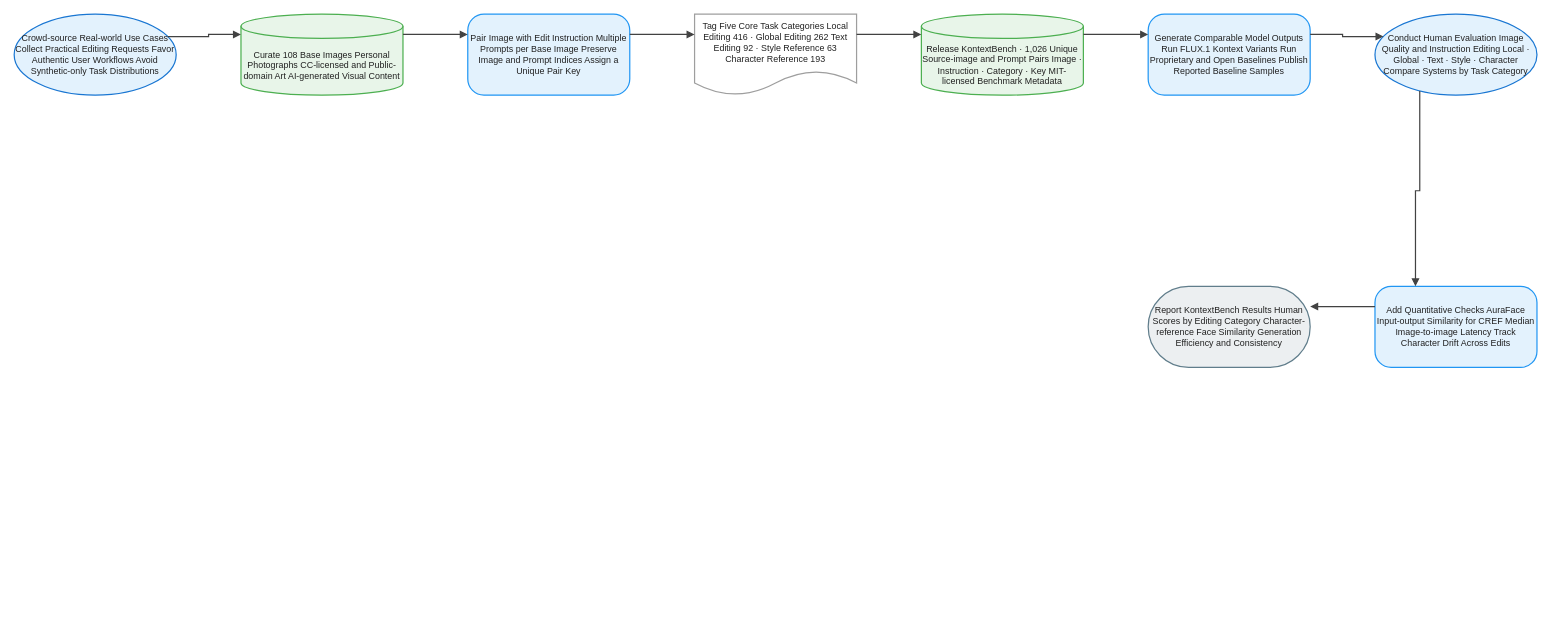
Before: client/public/drawio/KontextBench/KontextBench.en.drawio in joe1chief/benchmark-hub, a draw.io diagram. Source tidied: cells renumbered, new cells numbered last; positions are measured from the earlier drawing's top-left corner, leaving out a move shared by most shapes. Both pictures are drawn from the tidied source at 81%, with x=0, y=0 at pixel (14, 14).
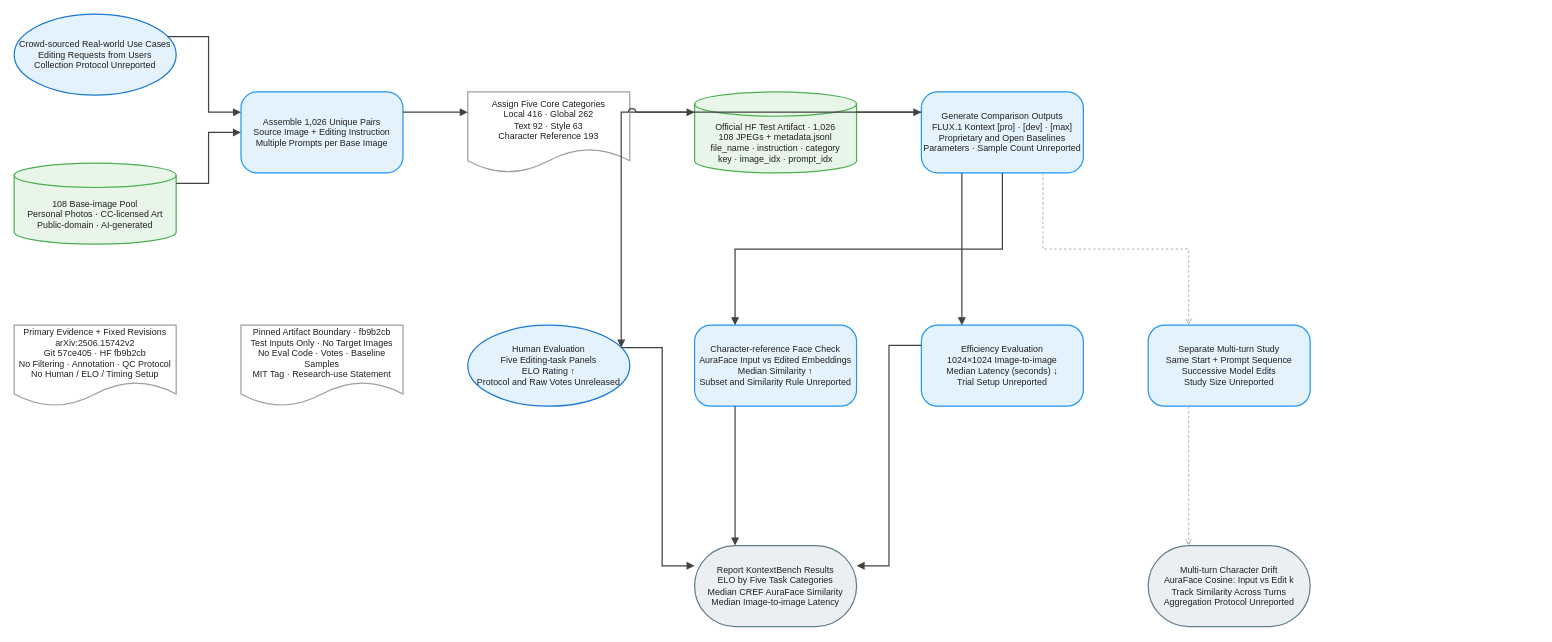
After the change.

The edit, as a diff of the source:
```diff
@@
-    <mxCell id="2" value="Crowd-source Real-world Use Cases Collect Practical Editing Requests Favor Authentic User Workflows Avoid Synthetic-only Task Distributions" style="ellipse;html=1;whiteSpace=wrap;fillColor=#E3F2FD;strokeColor=#1976D2;strokeWidth=1.5;fontColor=#212121;fontSize=11;fontFamily=Arial, Helvetica, sans-serif;verticalAlign=middle;align=center;" parent="1" vertex="1">
+    <mxCell id="2" value="Crowd-sourced Real-world Use Cases&#10;Editing Requests from Users&#10;Collection Protocol Unreported" style="ellipse;html=0;convertToSvg=1;whiteSpace=wrap;fillColor=#E3F2FD;strokeColor=#1976D2;strokeWidth=1.5;fontColor=#212121;fontSize=11;fontFamily=Arial, Helvetica, sans-serif;verticalAlign=middle;align=center;" parent="1" vertex="1">
       <mxGeometry width="200" height="100" as="geometry" />
     </mxCell>
-    <mxCell id="3" value="Curate 108 Base Images Personal Photographs CC-licensed and Public-domain Art AI-generated Visual Content" style="shape=cylinder3;boundedLbl=1;backgroundOutline=1;size=15;html=1;whiteSpace=wrap;fillColor=#E8F5E9;strokeColor=#4CAF50;strokeWidth=1.5;fontColor=#212121;fontSize=11;fontFamily=Arial, Helvetica, sans-serif;verticalAlign=middle;align=center;" parent="1" vertex="1">
-      <mxGeometry x="280" width="200" height="100" as="geometry" />
+    <mxCell id="3" value="108 Base-image Pool&#10;Personal Photos · CC-licensed Art&#10;Public-domain · AI-generated" style="shape=cylinder3;boundedLbl=1;backgroundOutline=1;size=15;html=0;convertToSvg=1;whiteSpace=wrap;fillColor=#E8F5E9;strokeColor=#4CAF50;strokeWidth=1.5;fontColor=#212121;fontSize=11;fontFamily=Arial, Helvetica, sans-serif;verticalAlign=middle;align=center;" parent="1" vertex="1">
+      <mxGeometry y="184" width="200" height="100" as="geometry" />
     </mxCell>
-    <mxCell id="4" value="Pair Image with Edit Instruction Multiple Prompts per Base Image Preserve Image and Prompt Indices Assign a Unique Pair Key" style="rounded=1;arcSize=20;html=1;whiteSpace=wrap;fillColor=#E3F2FD;strokeColor=#2196F3;strokeWidth=1.5;fontColor=#212121;fontSize=11;fontFamily=Arial, Helvetica, sans-serif;verticalAlign=middle;align=center;" parent="1" vertex="1">
-      <mxGeometry x="560" width="200" height="100" as="geometry" />
+    <mxCell id="4" value="Assemble 1,026 Unique Pairs&#10;Source Image + Editing Instruction&#10;Multiple Prompts per Base Image" style="rounded=1;arcSize=20;html=0;convertToSvg=1;whiteSpace=wrap;fillColor=#E3F2FD;strokeColor=#2196F3;strokeWidth=1.5;fontColor=#212121;fontSize=11;fontFamily=Arial, Helvetica, sans-serif;verticalAlign=middle;align=center;" parent="1" vertex="1">
+      <mxGeometry x="280" y="96" width="200" height="100" as="geometry" />
     </mxCell>
-    <mxCell id="5" value="Tag Five Core Task Categories Local Editing 416 · Global Editing 262 Text Editing 92 · Style Reference 63 Character Reference 193" style="shape=document;boundedLbl=1;html=1;whiteSpace=wrap;fillColor=#FFFFFF;strokeColor=#9E9E9E;strokeWidth=1.5;fontColor=#212121;fontSize=11;fontFamily=Arial, Helvetica, sans-serif;verticalAlign=middle;align=center;" parent="1" vertex="1">
-      <mxGeometry x="840" width="200" height="100" as="geometry" />
+    <mxCell id="5" value="Assign Five Core Categories&#10;Local 416 · Global 262&#10;Text 92 · Style 63&#10;Character Reference 193" style="shape=document;boundedLbl=1;html=0;convertToSvg=1;whiteSpace=wrap;fillColor=#FFFFFF;strokeColor=#9E9E9E;strokeWidth=1.5;fontColor=#212121;fontSize=11;fontFamily=Arial, Helvetica, sans-serif;verticalAlign=middle;align=center;" parent="1" vertex="1">
+      <mxGeometry x="560" y="96" width="200" height="100" as="geometry" />
     </mxCell>
-    <mxCell id="6" value="Release KontextBench · 1,026 Unique Source-image and Prompt Pairs Image · Instruction · Category · Key MIT-licensed Benchmark Metadata" style="shape=cylinder3;boundedLbl=1;backgroundOutline=1;size=15;html=1;whiteSpace=wrap;fillColor=#E8F5E9;strokeColor=#4CAF50;strokeWidth=1.5;fontColor=#212121;fontSize=11;fontFamily=Arial, Helvetica, sans-serif;verticalAlign=middle;align=center;" parent="1" vertex="1">
-      <mxGeometry x="1120" width="200" height="100" as="geometry" />
+    <mxCell id="6" value="Official HF Test Artifact · 1,026&#10;108 JPEGs + metadata.jsonl&#10;file_name · instruction · category&#10;key · image_idx · prompt_idx" style="shape=cylinder3;boundedLbl=1;backgroundOutline=1;size=15;html=0;convertToSvg=1;whiteSpace=wrap;fillColor=#E8F5E9;strokeColor=#4CAF50;strokeWidth=1.5;fontColor=#212121;fontSize=11;fontFamily=Arial, Helvetica, sans-serif;verticalAlign=middle;align=center;" parent="1" vertex="1">
+      <mxGeometry x="840" y="96" width="200" height="100" as="geometry" />
     </mxCell>
-    <mxCell id="7" value="Generate Comparable Model Outputs Run FLUX.1 Kontext Variants Run Proprietary and Open Baselines Publish Reported Baseline Samples" style="rounded=1;arcSize=20;html=1;whiteSpace=wrap;fillColor=#E3F2FD;strokeColor=#2196F3;strokeWidth=1.5;fontColor=#212121;fontSize=11;fontFamily=Arial, Helvetica, sans-serif;verticalAlign=middle;align=center;" parent="1" vertex="1">
-      <mxGeometry x="1400" width="200" height="100" as="geometry" />
+    <mxCell id="7" value="Generate Comparison Outputs&#10;FLUX.1 Kontext [pro] · [dev] · [max]&#10;Proprietary and Open Baselines&#10;Parameters · Sample Count Unreported" style="rounded=1;arcSize=20;html=0;convertToSvg=1;whiteSpace=wrap;fillColor=#E3F2FD;strokeColor=#2196F3;strokeWidth=1.5;fontColor=#212121;fontSize=11;fontFamily=Arial, Helvetica, sans-serif;verticalAlign=middle;align=center;" parent="1" vertex="1">
+      <mxGeometry x="1120" y="96" width="200" height="100" as="geometry" />
     </mxCell>
-    <mxCell id="8" value="Conduct Human Evaluation Image Quality and Instruction Editing Local · Global · Text · Style · Character Compare Systems by Task Category" style="ellipse;html=1;whiteSpace=wrap;fillColor=#E3F2FD;strokeColor=#1976D2;strokeWidth=1.5;fontColor=#212121;fontSize=11;fontFamily=Arial, Helvetica, sans-serif;verticalAlign=middle;align=center;" parent="1" vertex="1">
-      <mxGeometry x="1680" width="200" height="100" as="geometry" />
+    <mxCell id="8" value="Primary Evidence + Fixed Revisions&#10;arXiv:2506.15742v2&#10;Git 57ce405 · HF fb9b2cb&#10;No Filtering · Annotation · QC Protocol&#10;No Human / ELO / Timing Setup" style="shape=document;boundedLbl=1;html=0;convertToSvg=1;whiteSpace=wrap;fillColor=#FFFFFF;strokeColor=#9E9E9E;strokeWidth=1.5;fontColor=#212121;fontSize=11;fontFamily=Arial, Helvetica, sans-serif;verticalAlign=middle;align=center;" parent="1" vertex="1">
+      <mxGeometry y="384" width="200" height="100" as="geometry" />
     </mxCell>
-    <mxCell id="9" value="Add Quantitative Checks AuraFace Input-output Similarity for CREF Median Image-to-image Latency Track Character Drift Across Edits" style="rounded=1;arcSize=20;html=1;whiteSpace=wrap;fillColor=#E3F2FD;strokeColor=#2196F3;strokeWidth=1.5;fontColor=#212121;fontSize=11;fontFamily=Arial, Helvetica, sans-serif;verticalAlign=middle;align=center;" parent="1" vertex="1">
-      <mxGeometry x="1680" y="336" width="200" height="100" as="geometry" />
+    <mxCell id="9" value="Pinned Artifact Boundary · fb9b2cb&#10;Test Inputs Only · No Target Images&#10;No Eval Code · Votes · Baseline Samples&#10;MIT Tag · Research-use Statement" style="shape=document;boundedLbl=1;html=0;convertToSvg=1;whiteSpace=wrap;fillColor=#FFFFFF;strokeColor=#9E9E9E;strokeWidth=1.5;fontColor=#212121;fontSize=11;fontFamily=Arial, Helvetica, sans-serif;verticalAlign=middle;align=center;" parent="1" vertex="1">
+      <mxGeometry x="280" y="384" width="200" height="100" as="geometry" />
     </mxCell>
-    <mxCell id="10" value="Report KontextBench Results Human Scores by Editing Category Character-reference Face Similarity Generation Efficiency and Consistency" style="rounded=1;arcSize=50;html=1;whiteSpace=wrap;fillColor=#ECEFF1;strokeColor=#607D8B;strokeWidth=1.5;fontColor=#212121;fontSize=11;fontFamily=Arial, Helvetica, sans-serif;verticalAlign=middle;align=center;" parent="1" vertex="1">
-      <mxGeometry x="1400" y="336" width="200" height="100" as="geometry" />
+    <mxCell id="10" value="Human Evaluation&#10;Five Editing-task Panels&#10;ELO Rating ↑&#10;Protocol and Raw Votes Unreleased" style="ellipse;html=0;convertToSvg=1;whiteSpace=wrap;fillColor=#E3F2FD;strokeColor=#1976D2;strokeWidth=1.5;fontColor=#212121;fontSize=11;fontFamily=Arial, Helvetica, sans-serif;verticalAlign=middle;align=center;" parent="1" vertex="1">
+      <mxGeometry x="560" y="384" width="200" height="100" as="geometry" />
     </mxCell>
-    <mxCell id="11" style="edgeStyle=orthogonalEdgeStyle;rounded=0;jettySize=auto;html=1;strokeColor=#424242;strokeWidth=1.5;endArrow=block;endFill=1;exitX=1;exitY=0.25;exitDx=0;exitDy=0;entryX=0;entryY=0.25;entryDx=0;entryDy=0;jumpStyle=arc;jumpSize=8;" parent="1" edge="1" source="2" target="3">
-      <mxGeometry relative="1" as="geometry" />
+    <mxCell id="11" value="Character-reference Face Check&#10;AuraFace Input vs Edited Embeddings&#10;Median Similarity ↑&#10;Subset and Similarity Rule Unreported" style="rounded=1;arcSize=20;html=0;convertToSvg=1;whiteSpace=wrap;fillColor=#E3F2FD;strokeColor=#2196F3;strokeWidth=1.5;fontColor=#212121;fontSize=11;fontFamily=Arial, Helvetica, sans-serif;verticalAlign=middle;align=center;" parent="1" vertex="1">
+      <mxGeometry x="840" y="384" width="200" height="100" as="geometry" />
     </mxCell>
-    <mxCell id="12" style="edgeStyle=orthogonalEdgeStyle;rounded=0;jettySize=auto;html=1;strokeColor=#424242;strokeWidth=1.5;endArrow=block;endFill=1;exitX=1;exitY=0.25;exitDx=0;exitDy=0;entryX=0;entryY=0.25;entryDx=0;entryDy=0;jumpStyle=arc;jumpSize=8;" parent="1" edge="1" source="3" target="4">
-      <mxGeometry relative="1" as="geometry" />
+    <mxCell id="12" value="Efficiency Evaluation&#10;1024×1024 Image-to-image&#10;Median Latency (seconds) ↓&#10;Trial Setup Unreported" style="rounded=1;arcSize=20;html=0;convertToSvg=1;whiteSpace=wrap;fillColor=#E3F2FD;strokeColor=#2196F3;strokeWidth=1.5;fontColor=#212121;fontSize=11;fontFamily=Arial, Helvetica, sans-serif;verticalAlign=middle;align=center;" parent="1" vertex="1">
+      <mxGeometry x="1120" y="384" width="200" height="100" as="geometry" />
     </mxCell>
-    <mxCell id="13" style="edgeStyle=orthogonalEdgeStyle;rounded=0;jettySize=auto;html=1;strokeColor=#424242;strokeWidth=1.5;endArrow=block;endFill=1;exitX=1;exitY=0.25;exitDx=0;exitDy=0;entryX=0;entryY=0.25;entryDx=0;entryDy=0;jumpStyle=arc;jumpSize=8;" parent="1" edge="1" source="4" target="5">
-      <mxGeometry relative="1" as="geometry" />
+    <mxCell id="13" value="Separate Multi-turn Study&#10;Same Start + Prompt Sequence&#10;Successive Model Edits&#10;Study Size Unreported" style="rounded=1;arcSize=20;html=0;convertToSvg=1;whiteSpace=wrap;fillColor=#E3F2FD;strokeColor=#2196F3;strokeWidth=1.5;fontColor=#212121;fontSize=11;fontFamily=Arial, Helvetica, sans-serif;verticalAlign=middle;align=center;" parent="1" vertex="1">
+      <mxGeometry x="1400" y="384" width="200" height="100" as="geometry" />
     </mxCell>
-    <mxCell id="14" style="edgeStyle=orthogonalEdgeStyle;rounded=0;jettySize=auto;html=1;strokeColor=#424242;strokeWidth=1.5;endArrow=block;endFill=1;exitX=1;exitY=0.25;exitDx=0;exitDy=0;entryX=0;entryY=0.25;entryDx=0;entryDy=0;jumpStyle=arc;jumpSize=8;" parent="1" edge="1" source="5" target="6">
-      <mxGeometry relative="1" as="geometry" />
+    <mxCell id="14" value="Report KontextBench Results&#10;ELO by Five Task Categories&#10;Median CREF AuraFace Similarity&#10;Median Image-to-image Latency" style="rounded=1;arcSize=50;html=0;convertToSvg=1;whiteSpace=wrap;fillColor=#ECEFF1;strokeColor=#607D8B;strokeWidth=1.5;fontColor=#212121;fontSize=11;fontFamily=Arial, Helvetica, sans-serif;verticalAlign=middle;align=center;" parent="1" vertex="1">
+      <mxGeometry x="840" y="656" width="200" height="100" as="geometry" />
     </mxCell>
-    <mxCell id="15" style="edgeStyle=orthogonalEdgeStyle;rounded=0;jettySize=auto;html=1;strokeColor=#424242;strokeWidth=1.5;endArrow=block;endFill=1;exitX=1;exitY=0.25;exitDx=0;exitDy=0;entryX=0;entryY=0.25;entryDx=0;entryDy=0;jumpStyle=arc;jumpSize=8;" parent="1" edge="1" source="6" target="7">
-      <mxGeometry relative="1" as="geometry" />
+    <mxCell id="15" value="Multi-turn Character Drift&#10;AuraFace Cosine: Input vs Edit k&#10;Track Similarity Across Turns&#10;Aggregation Protocol Unreported" style="rounded=1;arcSize=50;html=0;convertToSvg=1;whiteSpace=wrap;fillColor=#ECEFF1;strokeColor=#607D8B;strokeWidth=1.5;fontColor=#212121;fontSize=11;fontFamily=Arial, Helvetica, sans-serif;verticalAlign=middle;align=center;" parent="1" vertex="1">
+      <mxGeometry x="1400" y="656" width="200" height="100" as="geometry" />
     </mxCell>
-    <mxCell id="16" style="edgeStyle=orthogonalEdgeStyle;rounded=0;jettySize=auto;html=1;strokeColor=#424242;strokeWidth=1.5;endArrow=block;endFill=1;exitX=1;exitY=0.25;exitDx=0;exitDy=0;entryX=0;entryY=0.25;entryDx=0;entryDy=0;jumpStyle=arc;jumpSize=8;" parent="1" edge="1" source="7" target="8">
+    <mxCell id="16" style="edgeStyle=orthogonalEdgeStyle;rounded=0;jettySize=auto;html=0;convertToSvg=1;strokeColor=#424242;strokeWidth=1.5;endArrow=block;endFill=1;exitX=1;exitY=0.25;exitDx=0;exitDy=0;entryX=0;entryY=0.25;entryDx=0;entryDy=0;jumpStyle=arc;jumpSize=8;" parent="1" edge="1" source="2" target="4">
       <mxGeometry relative="1" as="geometry" />
     </mxCell>
-    <mxCell id="17" style="edgeStyle=orthogonalEdgeStyle;rounded=0;jettySize=auto;html=1;strokeColor=#424242;strokeWidth=1.5;endArrow=block;endFill=1;exitX=0.25;exitY=1;exitDx=0;exitDy=0;entryX=0.25;entryY=0;entryDx=0;entryDy=0;jumpStyle=arc;jumpSize=8;" parent="1" edge="1" source="8" target="9">
+    <mxCell id="17" style="edgeStyle=orthogonalEdgeStyle;rounded=0;jettySize=auto;html=0;convertToSvg=1;strokeColor=#424242;strokeWidth=1.5;endArrow=block;endFill=1;exitX=1;exitY=0.25;exitDx=0;exitDy=0;entryX=0;entryY=0.5;entryDx=0;entryDy=0;jumpStyle=arc;jumpSize=8;" parent="1" edge="1" source="3" target="4">
       <mxGeometry relative="1" as="geometry" />
     </mxCell>
-    <mxCell id="18" style="edgeStyle=orthogonalEdgeStyle;rounded=0;jettySize=auto;html=1;strokeColor=#424242;strokeWidth=1.5;endArrow=block;endFill=1;exitX=0;exitY=0.25;exitDx=0;exitDy=0;entryX=1;entryY=0.25;entryDx=0;entryDy=0;jumpStyle=arc;jumpSize=8;" parent="1" edge="1" source="9" target="10">
+    <mxCell id="18" style="edgeStyle=orthogonalEdgeStyle;rounded=0;jettySize=auto;html=0;convertToSvg=1;strokeColor=#424242;strokeWidth=1.5;endArrow=block;endFill=1;exitX=1;exitY=0.25;exitDx=0;exitDy=0;entryX=0;entryY=0.25;entryDx=0;entryDy=0;jumpStyle=arc;jumpSize=8;" parent="1" edge="1" source="4" target="5">
       <mxGeometry relative="1" as="geometry" />
     </mxCell>
+    <mxCell id="19" style="edgeStyle=orthogonalEdgeStyle;rounded=0;jettySize=auto;html=0;convertToSvg=1;strokeColor=#424242;strokeWidth=1.5;endArrow=block;endFill=1;exitX=1;exitY=0.25;exitDx=0;exitDy=0;entryX=0;entryY=0.25;entryDx=0;entryDy=0;jumpStyle=arc;jumpSize=8;" parent="1" edge="1" source="5" target="6">
+      <mxGeometry relative="1" as="geometry" />
+    </mxCell>
+    <mxCell id="20" style="edgeStyle=orthogonalEdgeStyle;rounded=0;jettySize=auto;html=0;convertToSvg=1;strokeColor=#424242;strokeWidth=1.5;endArrow=block;endFill=1;exitX=1;exitY=0.25;exitDx=0;exitDy=0;entryX=0;entryY=0.25;entryDx=0;entryDy=0;jumpStyle=arc;jumpSize=8;" parent="1" edge="1" source="6" target="7">
+      <mxGeometry relative="1" as="geometry" />
+    </mxCell>
+    <mxCell id="21" style="edgeStyle=orthogonalEdgeStyle;rounded=0;jettySize=auto;html=0;convertToSvg=1;strokeColor=#424242;strokeWidth=1.5;endArrow=block;endFill=1;exitX=0;exitY=0.25;exitDx=0;exitDy=0;entryX=1;entryY=0.25;entryDx=0;entryDy=0;jumpStyle=arc;jumpSize=8;" parent="1" edge="1" source="7" target="10">
+      <mxGeometry relative="1" as="geometry" />
+    </mxCell>
+    <mxCell id="22" style="edgeStyle=orthogonalEdgeStyle;rounded=0;jettySize=auto;html=0;convertToSvg=1;strokeColor=#424242;strokeWidth=1.5;endArrow=block;endFill=1;exitX=0.25;exitY=1;exitDx=0;exitDy=0;entryX=0.25;entryY=0;entryDx=0;entryDy=0;jumpStyle=arc;jumpSize=8;" parent="1" edge="1" source="7" target="11">
+      <mxGeometry relative="1" as="geometry" />
+    </mxCell>
+    <mxCell id="23" style="edgeStyle=orthogonalEdgeStyle;rounded=0;jettySize=auto;html=0;convertToSvg=1;strokeColor=#424242;strokeWidth=1.5;endArrow=block;endFill=1;exitX=0.5;exitY=1;exitDx=0;exitDy=0;entryX=0.25;entryY=0;entryDx=0;entryDy=0;jumpStyle=arc;jumpSize=8;" parent="1" edge="1" source="7" target="12">
+      <mxGeometry relative="1" as="geometry" />
+    </mxCell>
+    <mxCell id="24" style="edgeStyle=orthogonalEdgeStyle;rounded=0;jettySize=auto;html=0;convertToSvg=1;strokeColor=#424242;strokeWidth=1.5;endArrow=block;endFill=1;exitX=1;exitY=0.25;exitDx=0;exitDy=0;entryX=0;entryY=0.25;entryDx=0;entryDy=0;jumpStyle=arc;jumpSize=8;" parent="1" edge="1" source="10" target="14">
+      <mxGeometry relative="1" as="geometry" />
+    </mxCell>
+    <mxCell id="25" style="edgeStyle=orthogonalEdgeStyle;rounded=0;jettySize=auto;html=0;convertToSvg=1;strokeColor=#424242;strokeWidth=1.5;endArrow=block;endFill=1;exitX=0.25;exitY=1;exitDx=0;exitDy=0;entryX=0.25;entryY=0;entryDx=0;entryDy=0;jumpStyle=arc;jumpSize=8;" parent="1" edge="1" source="11" target="14">
+      <mxGeometry relative="1" as="geometry" />
+    </mxCell>
+    <mxCell id="26" style="edgeStyle=orthogonalEdgeStyle;rounded=0;jettySize=auto;html=0;convertToSvg=1;strokeColor=#424242;strokeWidth=1.5;endArrow=block;endFill=1;exitX=0;exitY=0.25;exitDx=0;exitDy=0;entryX=1;entryY=0.25;entryDx=0;entryDy=0;jumpStyle=arc;jumpSize=8;" parent="1" edge="1" source="12" target="14">
+      <mxGeometry relative="1" as="geometry" />
+    </mxCell>
+    <mxCell id="27" style="edgeStyle=orthogonalEdgeStyle;rounded=0;jettySize=auto;html=0;convertToSvg=1;strokeColor=#9E9E9E;strokeWidth=1;endArrow=open;endFill=0;exitX=0.75;exitY=1;exitDx=0;exitDy=0;entryX=0.25;entryY=0;entryDx=0;entryDy=0;dashed=1;dashPattern=3 3;jumpStyle=arc;jumpSize=8;" parent="1" edge="1" source="7" target="13">
+      <mxGeometry relative="1" as="geometry" />
+    </mxCell>
+    <mxCell id="28" style="edgeStyle=orthogonalEdgeStyle;rounded=0;jettySize=auto;html=0;convertToSvg=1;strokeColor=#9E9E9E;strokeWidth=1;endArrow=open;endFill=0;exitX=0.25;exitY=1;exitDx=0;exitDy=0;entryX=0.25;entryY=0;entryDx=0;entryDy=0;dashed=1;dashPattern=3 3;jumpStyle=arc;jumpSize=8;" parent="1" edge="1" source="13" target="15">
+      <mxGeometry relative="1" as="geometry" />
+    </mxCell>
```
